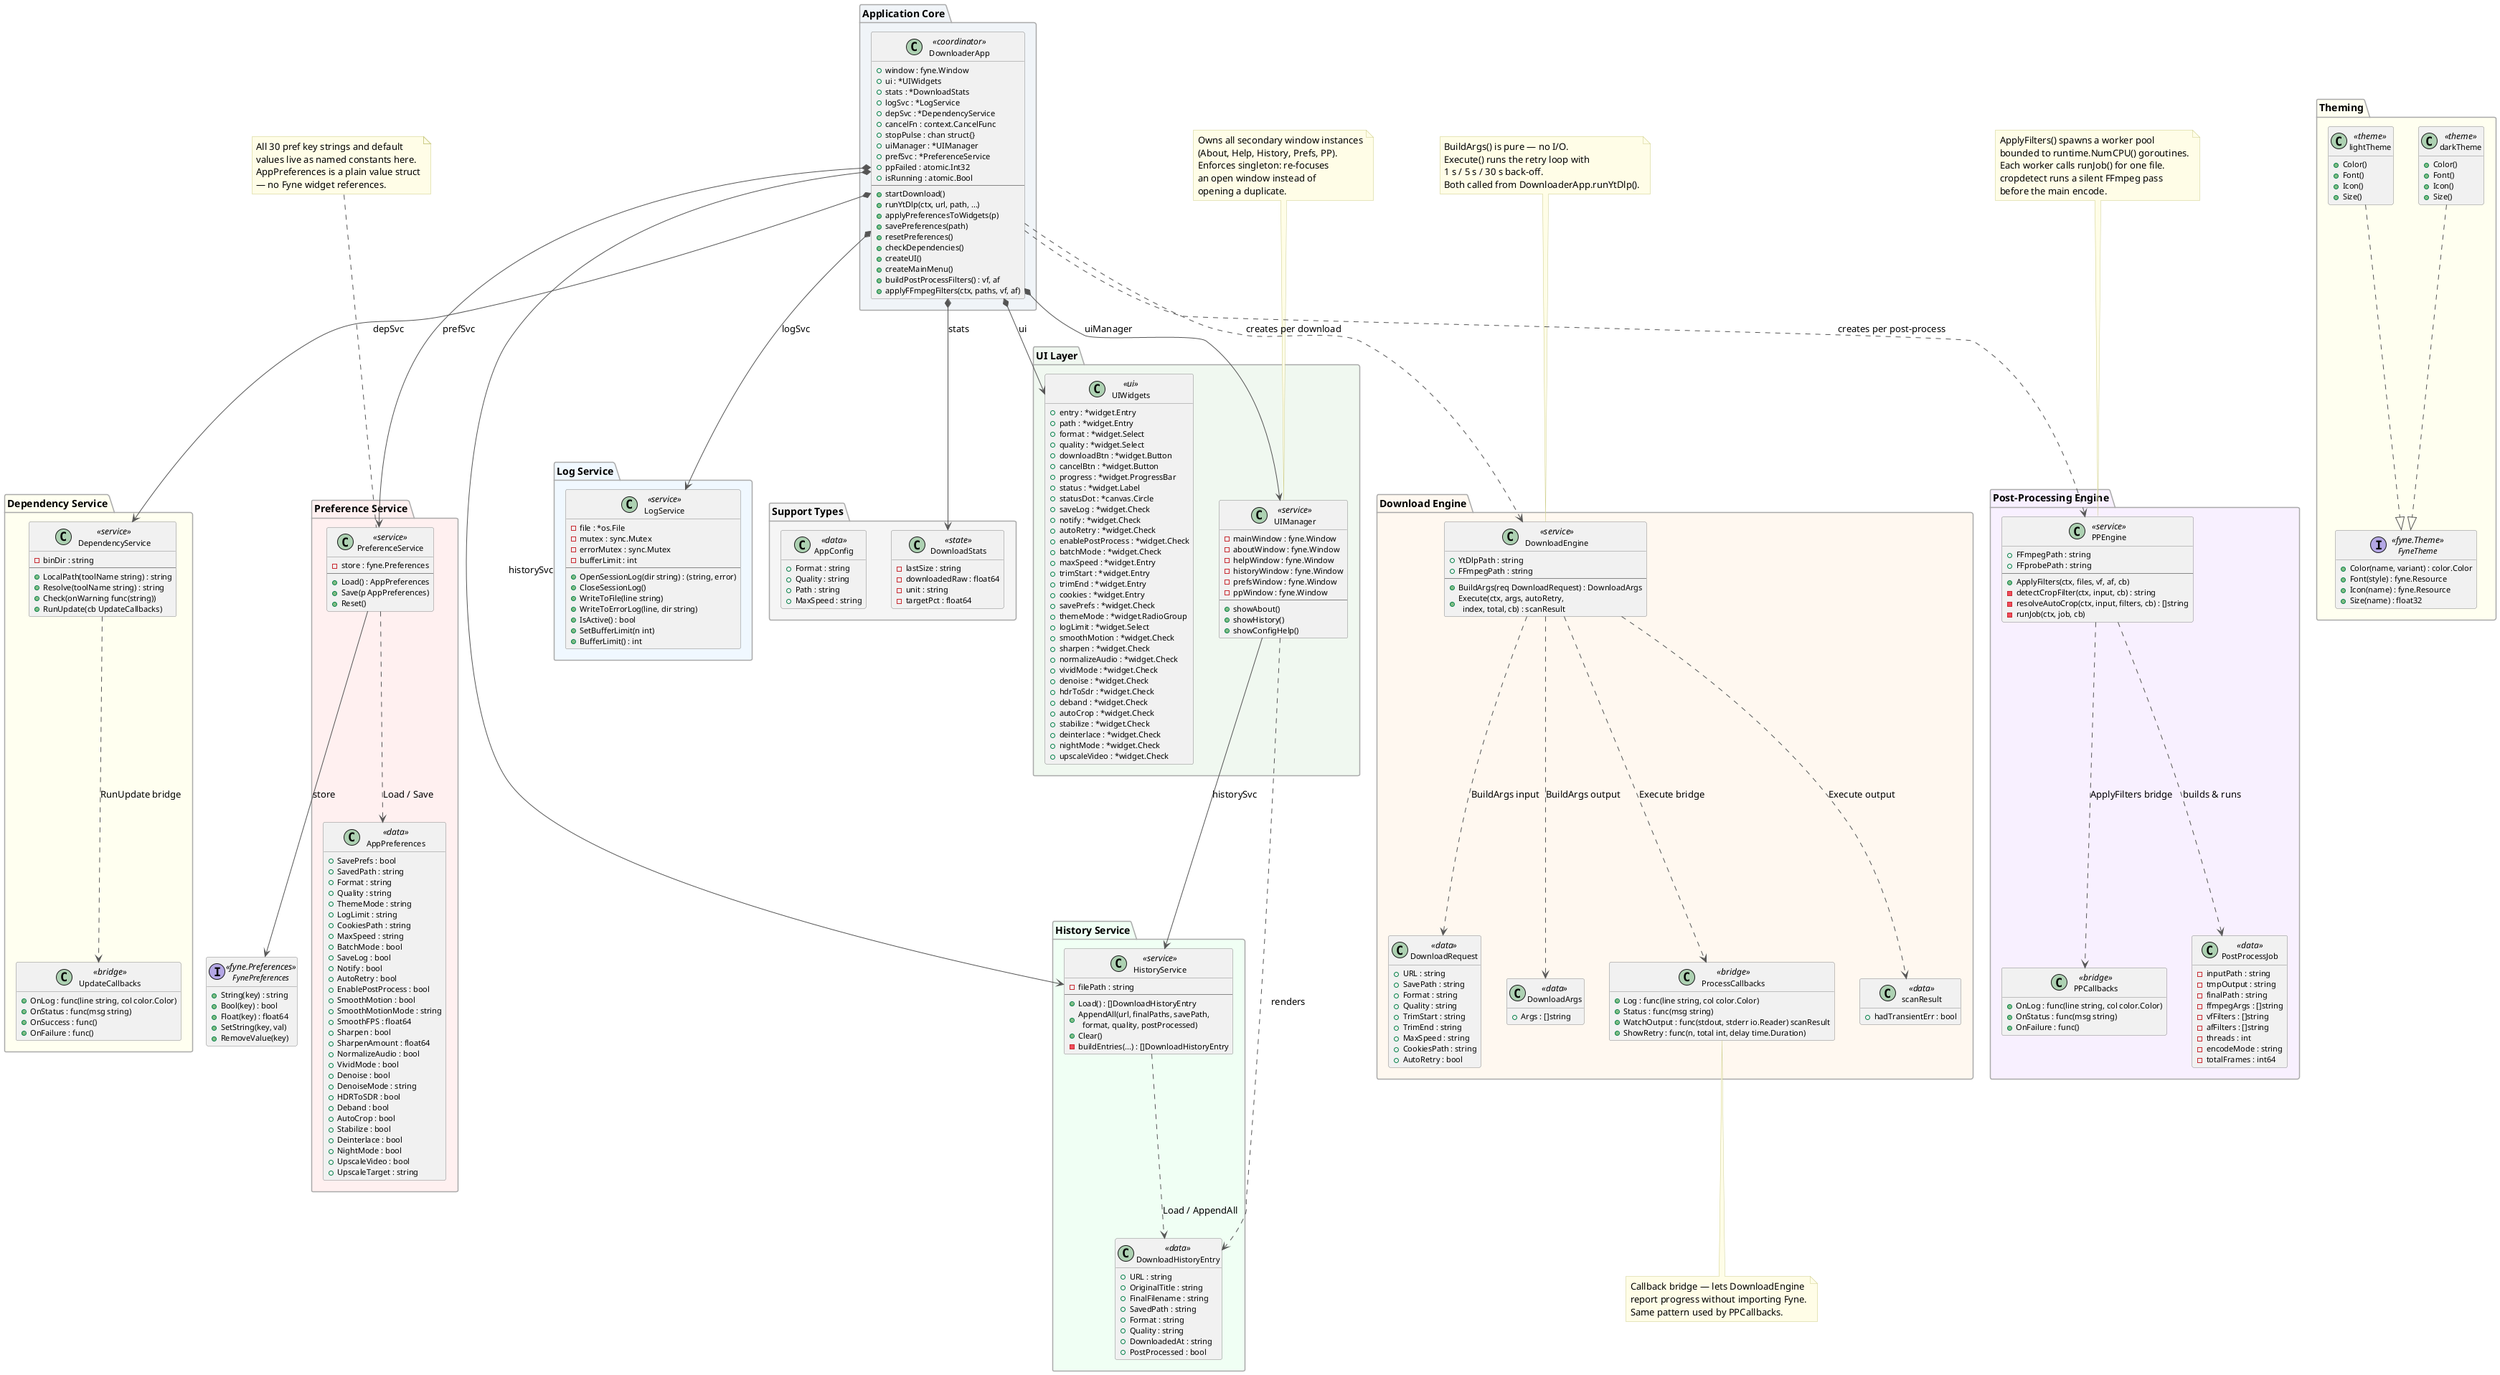
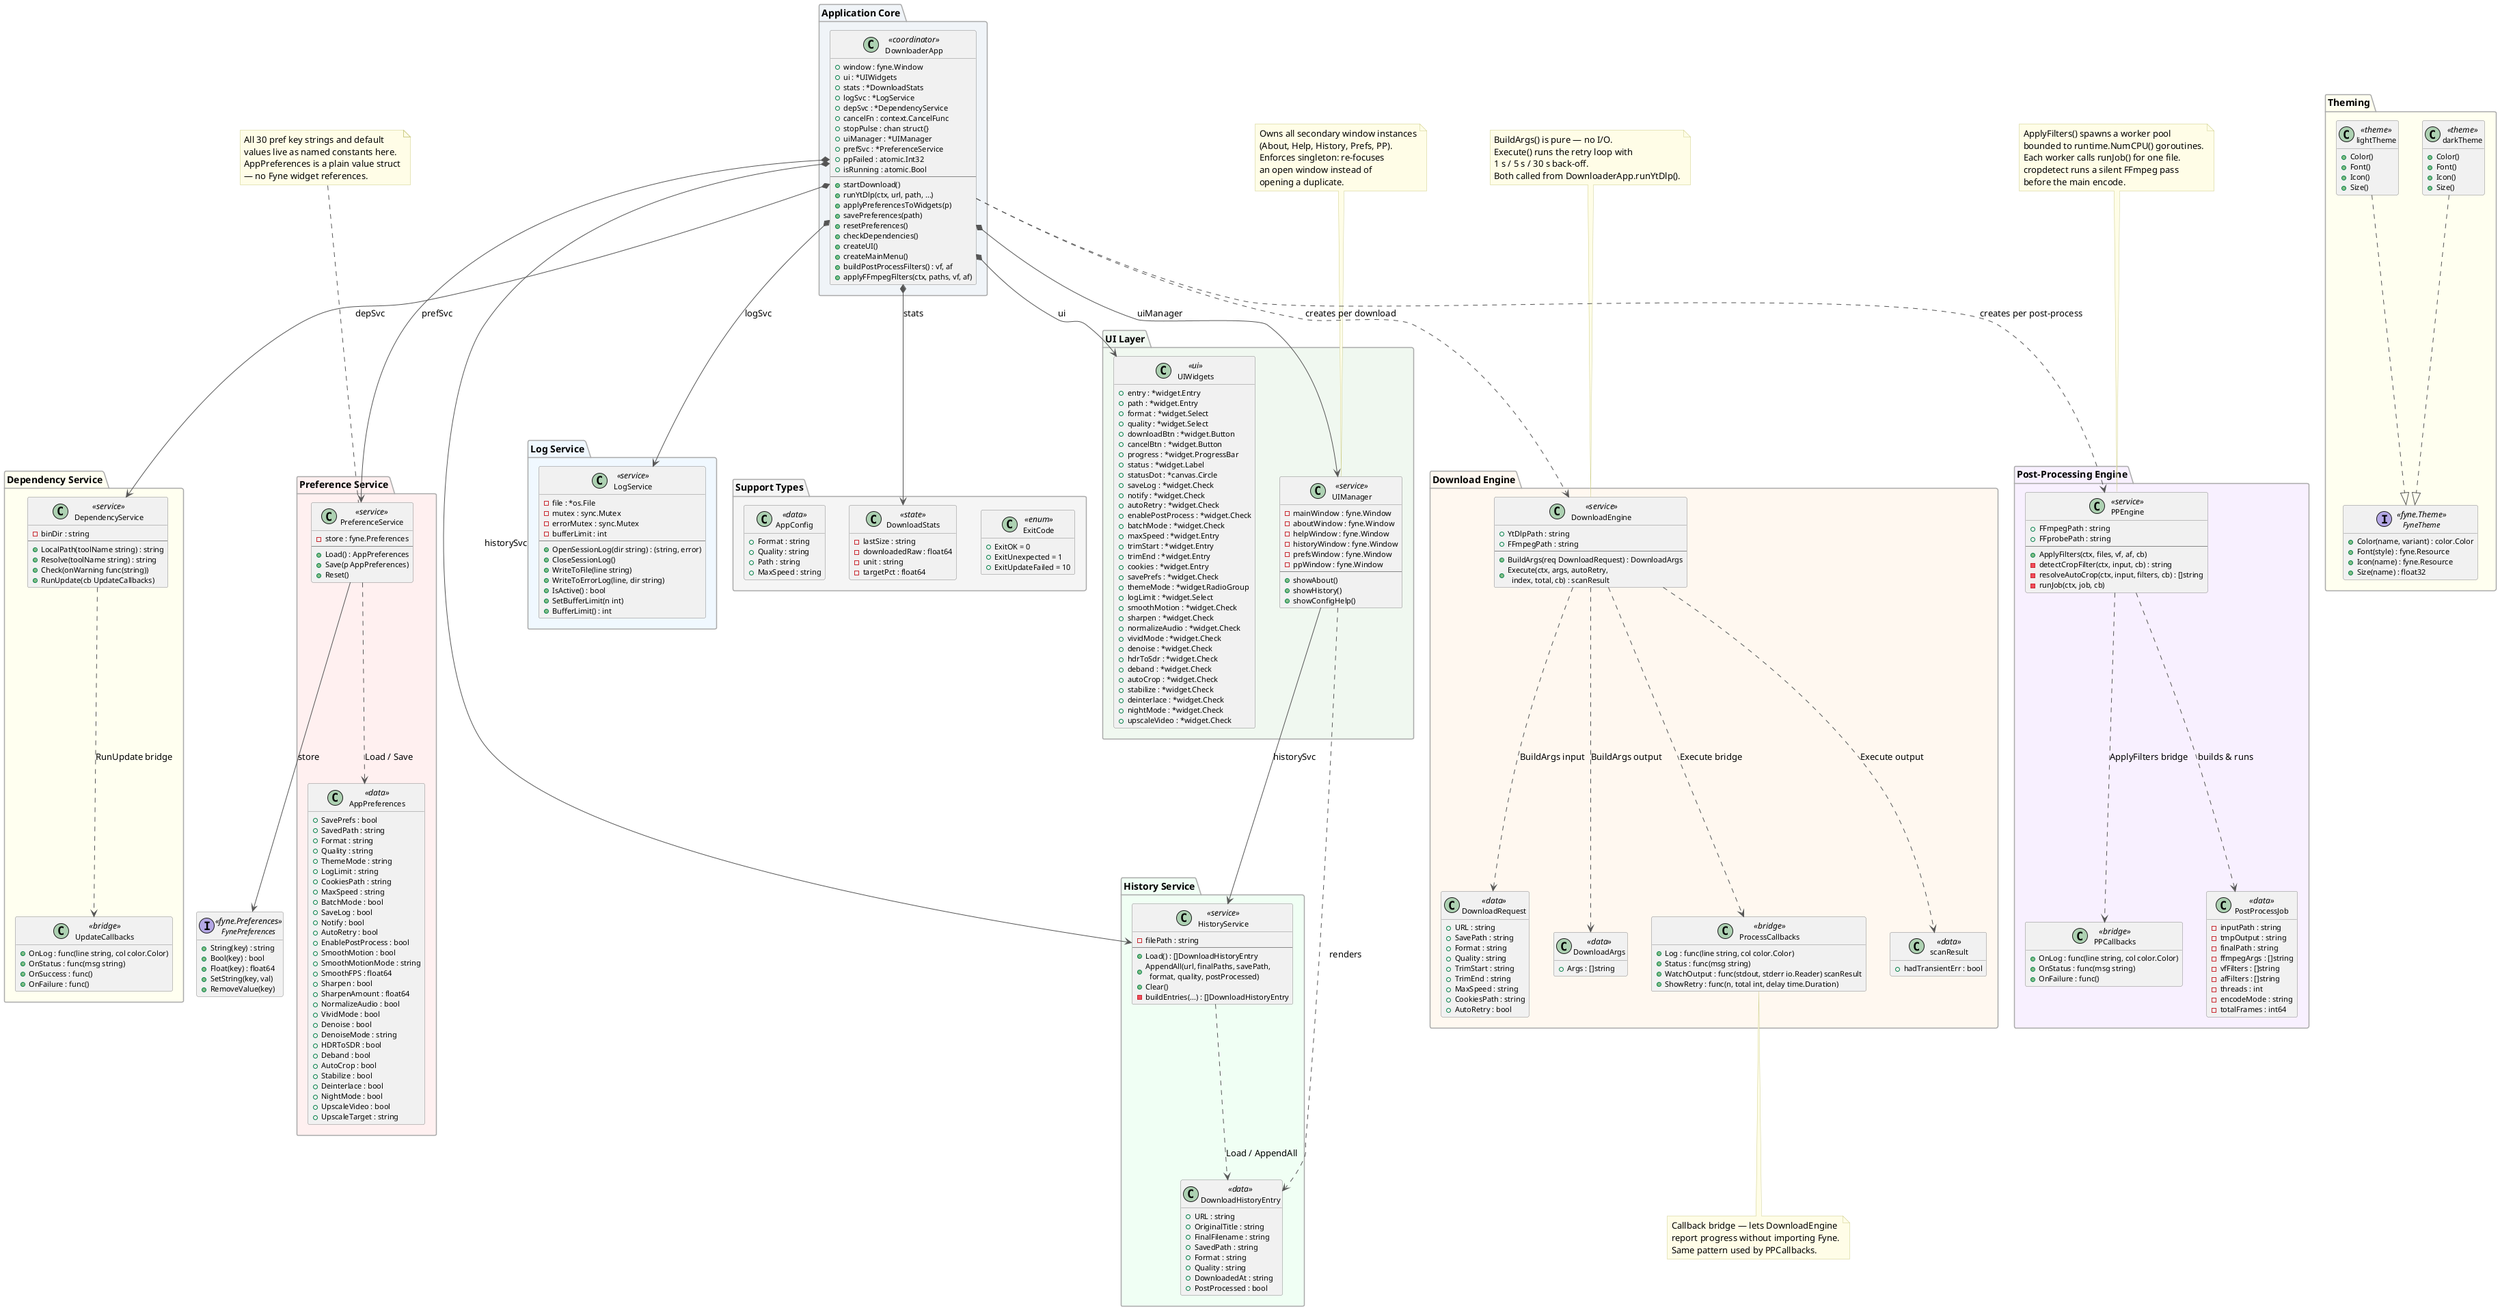
@startuml GoVid — Class Architecture

skinparam shadowing false
skinparam classFontSize 12
skinparam classAttributeFontSize 11
skinparam classBorderColor #888888
skinparam arrowColor #555555
skinparam packageBorderColor #AAAAAA
skinparam interfaceBorderColor #6272A4
skinparam interfaceBackgroundColor #E8EEFF
skinparam noteBackgroundColor #FFFDE7
skinparam noteBorderColor #CCCC88
skinparam stereotypeCBackgroundColor #E0E0FF

hide empty members

' ════════════════════════════════════════════════════════════
' APPLICATION CORE
' ════════════════════════════════════════════════════════════
package "Application Core" #F0F4F8 {

    class DownloaderApp <<coordinator>> {
        +window : fyne.Window
        +ui : *UIWidgets
        +stats : *DownloadStats
        +logSvc : *LogService
        +depSvc : *DependencyService
        +cancelFn : context.CancelFunc
        +stopPulse : chan struct{}
        +uiManager : *UIManager
        +prefSvc : *PreferenceService
        +ppFailed : atomic.Int32
        +isRunning : atomic.Bool
        --
        +startDownload()
        +runYtDlp(ctx, url, path, ...)
        +applyPreferencesToWidgets(p)
        +savePreferences(path)
        +resetPreferences()
        +checkDependencies()
        +createUI()
        +createMainMenu()
        +buildPostProcessFilters() : vf, af
        +applyFFmpegFilters(ctx, paths, vf, af)
    }

}

' ════════════════════════════════════════════════════════════
' UI LAYER
' ════════════════════════════════════════════════════════════
package "UI Layer" #F0F8F0 {

    class UIWidgets <<ui>> {
        ' — Download controls —
        +entry : *widget.Entry
        +path : *widget.Entry
        +format : *widget.Select
        +quality : *widget.Select
        +downloadBtn : *widget.Button
        +cancelBtn : *widget.Button
        +progress : *widget.ProgressBar
        +status : *widget.Label
        +statusDot : *canvas.Circle
        ' — Session options —
        +saveLog : *widget.Check
        +notify : *widget.Check
        +autoRetry : *widget.Check
        +enablePostProcess : *widget.Check
        +batchMode : *widget.Check
        +maxSpeed : *widget.Entry
        +trimStart : *widget.Entry
        +trimEnd : *widget.Entry
        +cookies : *widget.Entry
        ' — Settings controls —
        +savePrefs : *widget.Check
        +themeMode : *widget.RadioGroup
        +logLimit : *widget.Select
        ' — Post-processing controls (12 fields) —
        +smoothMotion : *widget.Check
        +sharpen : *widget.Check
        +normalizeAudio : *widget.Check
        +vividMode : *widget.Check
        +denoise : *widget.Check
        +hdrToSdr : *widget.Check
        +deband : *widget.Check
        +autoCrop : *widget.Check
        +stabilize : *widget.Check
        +deinterlace : *widget.Check
        +nightMode : *widget.Check
        +upscaleVideo : *widget.Check
    }

    class UIManager <<service>> {
        -mainWindow : fyne.Window
        -aboutWindow : fyne.Window
        -helpWindow : fyne.Window
        -historyWindow : fyne.Window
        -prefsWindow : fyne.Window
        -ppWindow : fyne.Window
        --
        +showAbout()
        +showHistory()
        +showConfigHelp()
    }

}

' ════════════════════════════════════════════════════════════
' DOWNLOAD ENGINE
' ════════════════════════════════════════════════════════════
package "Download Engine" #FFF8F0 {

    class DownloadEngine <<service>> {
        +YtDlpPath : string
        +FFmpegPath : string
        --
        +BuildArgs(req DownloadRequest) : DownloadArgs
        +Execute(ctx, args, autoRetry,\n  index, total, cb) : scanResult
    }

    class DownloadRequest <<data>> {
        +URL : string
        +SavePath : string
        +Format : string
        +Quality : string
        +TrimStart : string
        +TrimEnd : string
        +MaxSpeed : string
        +CookiesPath : string
        +AutoRetry : bool
    }

    class DownloadArgs <<data>> {
        +Args : []string
    }

    class ProcessCallbacks <<bridge>> {
        +Log : func(line string, col color.Color)
        +Status : func(msg string)
        +WatchOutput : func(stdout, stderr io.Reader) scanResult
        +ShowRetry : func(n, total int, delay time.Duration)
    }

    class scanResult <<data>> {
        +hadTransientErr : bool
    }

}

' ════════════════════════════════════════════════════════════
' POST-PROCESSING ENGINE
' ════════════════════════════════════════════════════════════
package "Post-Processing Engine" #F8F0FF {

    class PPEngine <<service>> {
        +FFmpegPath : string
        +FFprobePath : string
        --
        +ApplyFilters(ctx, files, vf, af, cb)
        -detectCropFilter(ctx, input, cb) : string
        -resolveAutoCrop(ctx, input, filters, cb) : []string
        -runJob(ctx, job, cb)
    }

    class PPCallbacks <<bridge>> {
        +OnLog : func(line string, col color.Color)
        +OnStatus : func(msg string)
        +OnFailure : func()
    }

    class PostProcessJob <<data>> {
        -inputPath : string
        -tmpOutput : string
        -finalPath : string
        -ffmpegArgs : []string
        -vfFilters : []string
        -afFilters : []string
        -threads : int
        -encodeMode : string
        -totalFrames : int64
    }

}

' ════════════════════════════════════════════════════════════
' HISTORY SERVICE
' ════════════════════════════════════════════════════════════
package "History Service" #F0FFF4 {

    class HistoryService <<service>> {
        -filePath : string
        --
        +Load() : []DownloadHistoryEntry
        +AppendAll(url, finalPaths, savePath,\n  format, quality, postProcessed)
        +Clear()
        -buildEntries(...) : []DownloadHistoryEntry
    }

    class DownloadHistoryEntry <<data>> {
        +URL : string
        +OriginalTitle : string
        +FinalFilename : string
        +SavedPath : string
        +Format : string
        +Quality : string
        +DownloadedAt : string
        +PostProcessed : bool
    }

}

' ════════════════════════════════════════════════════════════
' PREFERENCE SERVICE
' ════════════════════════════════════════════════════════════
package "Preference Service" #FFF0F0 {

    class PreferenceService <<service>> {
        -store : fyne.Preferences
        --
        +Load() : AppPreferences
        +Save(p AppPreferences)
        +Reset()
    }

    class AppPreferences <<data>> {
        +SavePrefs : bool
        +SavedPath : string
        +Format : string
        +Quality : string
        +ThemeMode : string
        +LogLimit : string
        +CookiesPath : string
        +MaxSpeed : string
        +BatchMode : bool
        +SaveLog : bool
        +Notify : bool
        +AutoRetry : bool
        +EnablePostProcess : bool
        +SmoothMotion : bool
        +SmoothMotionMode : string
        +SmoothFPS : float64
        +Sharpen : bool
        +SharpenAmount : float64
        +NormalizeAudio : bool
        +VividMode : bool
        +Denoise : bool
        +DenoiseMode : string
        +HDRToSDR : bool
        +Deband : bool
        +AutoCrop : bool
        +Stabilize : bool
        +Deinterlace : bool
        +NightMode : bool
        +UpscaleVideo : bool
        +UpscaleTarget : string
    }

}

' ════════════════════════════════════════════════════════════
' DEPENDENCY SERVICE
' ════════════════════════════════════════════════════════════
package "Dependency Service" #FFFFF0 {

    class DependencyService <<service>> {
        -binDir : string
        --
        +LocalPath(toolName string) : string
        +Resolve(toolName string) : string
        +Check(onWarning func(string))
        +RunUpdate(cb UpdateCallbacks)
    }

    class UpdateCallbacks <<bridge>> {
        +OnLog : func(line string, col color.Color)
        +OnStatus : func(msg string)
        +OnSuccess : func()
        +OnFailure : func()
    }

}

' ════════════════════════════════════════════════════════════
' LOG SERVICE
' ════════════════════════════════════════════════════════════
package "Log Service" #F0F8FF {

    class LogService <<service>> {
        -file : *os.File
        -mutex : sync.Mutex
        -errorMutex : sync.Mutex
        -bufferLimit : int
        --
        +OpenSessionLog(dir string) : (string, error)
        +CloseSessionLog()
        +WriteToFile(line string)
        +WriteToErrorLog(line, dir string)
        +IsActive() : bool
        +SetBufferLimit(n int)
        +BufferLimit() : int
    }

}


' ════════════════════════════════════════════════════════════
package "Support Types" #F5F5F5 {

+     class ExitCode <<enum>> {
+         +ExitOK = 0
+         +ExitUnexpected = 1
+         +ExitUpdateFailed = 10
+     }
+ 
    class DownloadStats <<state>> {
        -lastSize : string
        -downloadedRaw : float64
        -unit : string
        -targetPct : float64
    }

    class AppConfig <<data>> {
        +Format : string
        +Quality : string
        +Path : string
        +MaxSpeed : string
    }

}

' ════════════════════════════════════════════════════════════
' THEMING
' ════════════════════════════════════════════════════════════
package "Theming" #FFFFF0 {

    interface FyneTheme <<fyne.Theme>> {
        +Color(name, variant) : color.Color
        +Font(style) : fyne.Resource
        +Icon(name) : fyne.Resource
        +Size(name) : float32
    }

    class darkTheme <<theme>> {
        +Color()
        +Font()
        +Icon()
        +Size()
    }

    class lightTheme <<theme>> {
        +Color()
        +Font()
        +Icon()
        +Size()
    }

}

' ════════════════════════════════════════════════════════════
' EXTERNAL INTERFACE
' ════════════════════════════════════════════════════════════
interface FynePreferences <<fyne.Preferences>> {
    +String(key) : string
    +Bool(key) : bool
    +Float(key) : float64
    +SetString(key, val)
    +RemoveValue(key)
}

' ════════════════════════════════════════════════════════════
' RELATIONSHIPS
' ════════════════════════════════════════════════════════════

DependencyService ..> UpdateCallbacks : RunUpdate bridge

' DownloaderApp composition (owns these fields)
DownloaderApp *--> UIWidgets       : ui
DownloaderApp *--> UIManager       : uiManager
DownloaderApp *--> PreferenceService : prefSvc
DownloaderApp *--> HistoryService   : historySvc
DownloaderApp *--> LogService     : logSvc
DownloaderApp *--> DependencyService : depSvc
DownloaderApp *--> DownloadStats   : stats

' DownloaderApp uses engines (created per session, not stored as fields)
DownloaderApp ..> DownloadEngine   : creates per download
DownloaderApp ..> PPEngine         : creates per post-process

' DownloadEngine value flow
DownloadEngine ..> DownloadRequest : BuildArgs input
DownloadEngine ..> DownloadArgs    : BuildArgs output
DownloadEngine ..> ProcessCallbacks : Execute bridge
DownloadEngine ..> scanResult      : Execute output

' PPEngine internal flow
PPEngine ..> PPCallbacks    : ApplyFilters bridge
PPEngine ..> PostProcessJob : builds & runs

' PreferenceService
PreferenceService --> FynePreferences : store
PreferenceService ..> AppPreferences  : Load / Save

' HistoryService
HistoryService ..> DownloadHistoryEntry : Load / AppendAll
UIManager --> HistoryService : historySvc

' UIManager renders history
UIManager ..> DownloadHistoryEntry : renders

' Theming
darkTheme  ..|> FyneTheme
lightTheme ..|> FyneTheme

' ════════════════════════════════════════════════════════════
' ANNOTATIONS
' ════════════════════════════════════════════════════════════

note top of DownloadEngine
  BuildArgs() is pure — no I/O.
  Execute() runs the retry loop with
  1 s / 5 s / 30 s back-off.
  Both called from DownloaderApp.runYtDlp().
end note

note top of PPEngine
  ApplyFilters() spawns a worker pool
  bounded to runtime.NumCPU() goroutines.
  Each worker calls runJob() for one file.
  cropdetect runs a silent FFmpeg pass
  before the main encode.
end note

note top of PreferenceService
  All 30 pref key strings and default
  values live as named constants here.
  AppPreferences is a plain value struct
  — no Fyne widget references.
end note

note top of UIManager
  Owns all secondary window instances
  (About, Help, History, Prefs, PP).
  Enforces singleton: re-focuses
  an open window instead of
  opening a duplicate.
end note

note bottom of ProcessCallbacks
  Callback bridge — lets DownloadEngine
  report progress without importing Fyne.
  Same pattern used by PPCallbacks.
end note

@enduml
